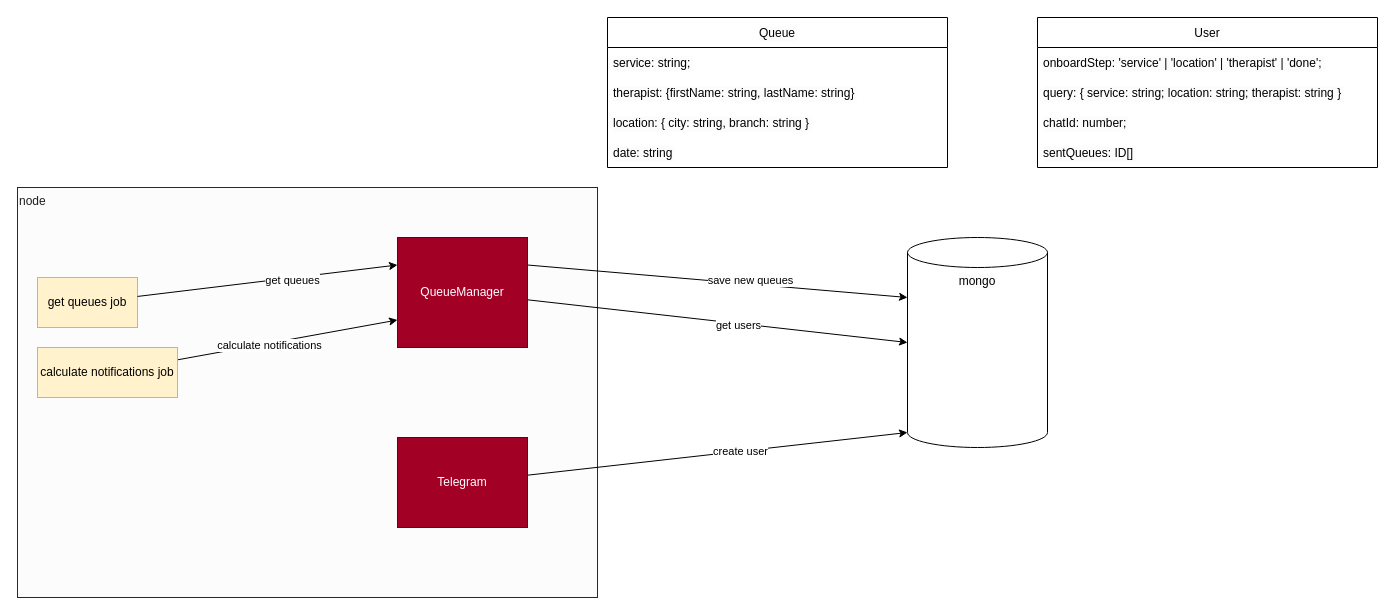
guygolanIL/queues keeps this draw.io diagram as architecture.drawio. Above is the earlier version. Source tidied: cells renumbered, new cells numbered last; positions are measured from the earlier drawing's top-left corner, leaving out a move shared by most shapes. Both pictures are drawn from the tidied source at 100%, with x=0, y=0 at pixel (17, 17).
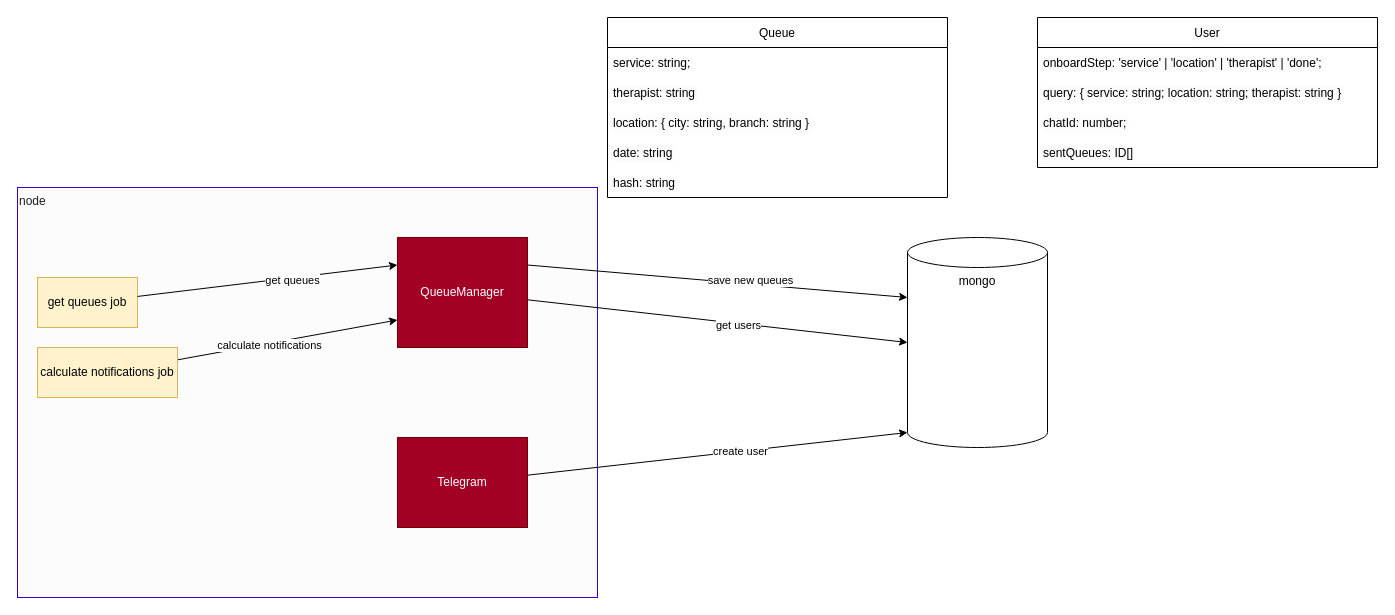
After the change.

The edit, as a diff of the source:
```diff
@@
     <mxCell id="9" value="Queue" style="swimlane;fontStyle=0;horizontal=1;startSize=30;labelBackgroundColor=#FCFCFC;fillColor=none;" parent="1" vertex="1">
-      <mxGeometry x="590" width="340" height="150" as="geometry" />
+      <mxGeometry x="590" width="340" height="180" as="geometry" />
     </mxCell>
@@
-    <mxCell id="11" value="therapist: {firstName: string, lastName: string}" style="text;strokeColor=none;fillColor=none;align=left;verticalAlign=middle;spacingLeft=4;spacingRight=4;overflow=hidden;labelBackgroundColor=#FCFCFC;" parent="9" vertex="1">
+    <mxCell id="11" value="therapist: string" style="text;strokeColor=none;fillColor=none;align=left;verticalAlign=middle;spacingLeft=4;spacingRight=4;overflow=hidden;labelBackgroundColor=#FCFCFC;" parent="9" vertex="1">
       <mxGeometry y="60" width="340" height="30" as="geometry" />
     </mxCell>
@@
+    <mxCell id="28" value="hash: string" style="text;strokeColor=none;fillColor=none;align=left;verticalAlign=middle;spacingLeft=4;spacingRight=4;overflow=hidden;labelBackgroundColor=#FCFCFC;" parent="9" vertex="1">
+      <mxGeometry y="150" width="340" height="30" as="geometry" />
+    </mxCell>
```
